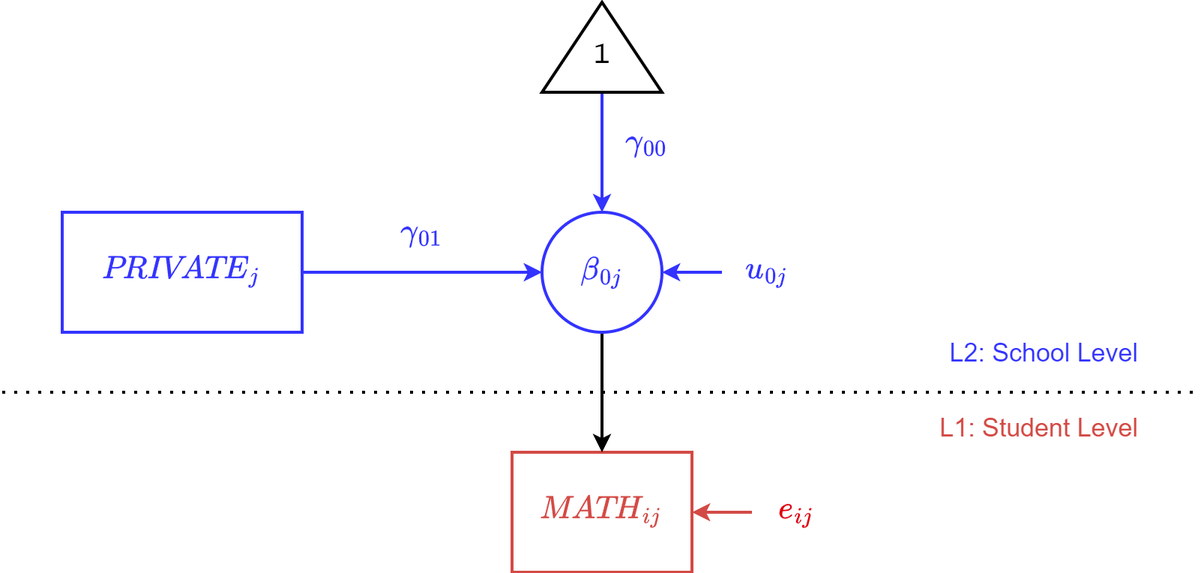
Earlier version of the draw.io export diagrams/fixed_slopes_l2_full.png (jmgirard/psyc894). Source tidied: cells renumbered, new cells last; positions are measured from the earlier drawing's top-left corner, leaving out a move shared by most shapes. Its diagram source:
```xml
<mxGraphModel math="1">
  <root>
    <mxCell id="0" />
    <mxCell id="1" parent="0" />
    <mxCell id="2" value="$$\textit{MATH}_{ij}$$" style="rounded=0;whiteSpace=wrap;html=1;fontSize=18;strokeWidth=2;fontFamily=Lucida Console;fontColor=#D34A45;strokeColor=#D34A45;" parent="1" vertex="1">
      <mxGeometry x="340" y="300" width="120" height="80" as="geometry" />
    </mxCell>
    <mxCell id="3" style="endArrow=classic;html=1;rounded=0;entryX=1;entryY=0.5;entryDx=0;entryDy=0;strokeWidth=2;strokeColor=#D34A45;exitX=0;exitY=0.5;exitDx=0;exitDy=0;" parent="1" edge="1" source="4" target="2">
      <mxGeometry relative="1" as="geometry" />
    </mxCell>
    <mxCell id="4" value="&lt;font color=&quot;#df000f&quot;&gt;&lt;span style=&quot;background-color: rgb(255, 255, 255);&quot;&gt;$$e_{ij}$$&lt;/span&gt;&lt;/font&gt;" style="text;html=1;align=center;verticalAlign=middle;whiteSpace=wrap;rounded=0;fontSize=18;fontColor=#D34A45;fontFamily=Lucida Console;" parent="1" vertex="1">
      <mxGeometry x="500" y="325" width="60" height="30" as="geometry" />
    </mxCell>
    <mxCell id="5" style="edgeStyle=orthogonalEdgeStyle;rounded=0;jettySize=auto;html=1;exitX=0.5;exitY=1;exitDx=0;exitDy=0;entryX=0.5;entryY=0;entryDx=0;entryDy=0;strokeWidth=2;strokeColor=#000000;" parent="1" edge="1" source="6" target="2">
      <mxGeometry relative="1" as="geometry" />
    </mxCell>
    <mxCell id="6" value="$$\beta_{0j}$$" style="ellipse;whiteSpace=wrap;html=1;strokeWidth=2;fontSize=18;fontFamily=Lucida Console;fontColor=#3333FF;strokeColor=#3333FF;" parent="1" vertex="1">
      <mxGeometry x="360" y="140" width="80" height="80" as="geometry" />
    </mxCell>
    <mxCell id="7" style="endArrow=classic;html=1;rounded=0;entryX=1;entryY=0.5;entryDx=0;entryDy=0;strokeWidth=2;strokeColor=#3333FF;exitX=0;exitY=0.5;exitDx=0;exitDy=0;fontColor=#3333FF;" parent="1" edge="1" source="8">
      <mxGeometry relative="1" as="geometry">
        <mxPoint x="440" y="180" as="targetPoint" />
      </mxGeometry>
    </mxCell>
    <mxCell id="8" value="&lt;font&gt;&lt;span style=&quot;background-color: rgb(255, 255, 255);&quot;&gt;$$u_{0j}$$&lt;/span&gt;&lt;/font&gt;" style="text;html=1;align=center;verticalAlign=middle;whiteSpace=wrap;rounded=0;fontSize=18;fontColor=#3333FF;fontFamily=Lucida Console;" parent="1" vertex="1">
      <mxGeometry x="480" y="165" width="60" height="30" as="geometry" />
    </mxCell>
    <mxCell id="9" style="edgeStyle=orthogonalEdgeStyle;rounded=0;jettySize=auto;html=1;exitX=0;exitY=0.5;exitDx=0;exitDy=0;strokeWidth=2;strokeColor=#3333FF;entryX=0.5;entryY=0;entryDx=0;entryDy=0;" parent="1" edge="1" source="12" target="6">
      <mxGeometry relative="1" as="geometry" />
    </mxCell>
    <mxCell id="10" value="&lt;font&gt;&lt;span style=&quot;background-color: rgb(255, 255, 255);&quot;&gt;$$\gamma_{00}$$&lt;/span&gt;&lt;/font&gt;" style="text;html=1;align=center;verticalAlign=middle;whiteSpace=wrap;rounded=0;fontSize=18;fontColor=#3333FF;fontFamily=Lucida Console;" parent="1" vertex="1">
      <mxGeometry x="400" y="80" width="60" height="30" as="geometry" />
    </mxCell>
    <mxCell id="11" style="endArrow=none;dashed=1;html=1;dashPattern=1 3;strokeWidth=2;rounded=0;" parent="1" edge="1">
      <mxGeometry relative="1" as="geometry">
        <mxPoint y="260" as="sourcePoint" />
        <mxPoint x="800" y="260" as="targetPoint" />
      </mxGeometry>
    </mxCell>
    <mxCell id="12" value="&lt;font style=&quot;font-size: 18px;&quot;&gt;1&lt;/font&gt;" style="triangle;whiteSpace=wrap;html=1;strokeWidth=2;direction=north;verticalAlign=middle;spacingTop=12;fontFamily=Lucida Console;" parent="1" vertex="1">
      <mxGeometry x="360" width="80" height="60" as="geometry" />
    </mxCell>
    <mxCell id="13" value="L2: School Level" style="text;html=1;align=right;verticalAlign=middle;whiteSpace=wrap;rounded=0;fontSize=17;fontColor=#3333FF;" parent="1" vertex="1">
      <mxGeometry x="600" y="220" width="160" height="30" as="geometry" />
    </mxCell>
    <mxCell id="14" value="L1: Student Level" style="text;html=1;align=right;verticalAlign=middle;whiteSpace=wrap;rounded=0;fontSize=17;fontColor=#D34A45;" parent="1" vertex="1">
      <mxGeometry x="600" y="270" width="160" height="30" as="geometry" />
    </mxCell>
    <mxCell id="15" style="edgeStyle=orthogonalEdgeStyle;rounded=0;jettySize=auto;html=1;exitX=1;exitY=0.5;exitDx=0;exitDy=0;entryX=0;entryY=0.5;entryDx=0;entryDy=0;strokeWidth=2;fontColor=#3333FF;strokeColor=#3333FF;" parent="1" edge="1" source="16" target="6">
      <mxGeometry relative="1" as="geometry" />
    </mxCell>
    <mxCell id="16" value="$$\textit{PRIVATE}_{j}$$" style="rounded=0;whiteSpace=wrap;html=1;fontSize=18;strokeWidth=2;fontFamily=Lucida Console;fontColor=#3333FF;strokeColor=#3333FF;" parent="1" vertex="1">
      <mxGeometry x="40" y="140" width="160" height="80" as="geometry" />
    </mxCell>
    <mxCell id="17" value="&lt;font&gt;&lt;span style=&quot;background-color: rgb(255, 255, 255);&quot;&gt;$$\gamma_{01}$$&lt;/span&gt;&lt;/font&gt;" style="text;html=1;align=center;verticalAlign=middle;whiteSpace=wrap;rounded=0;fontSize=18;fontColor=#3333FF;fontFamily=Lucida Console;" parent="1" vertex="1">
      <mxGeometry x="250" y="140" width="60" height="30" as="geometry" />
    </mxCell>
  </root>
</mxGraphModel>
```
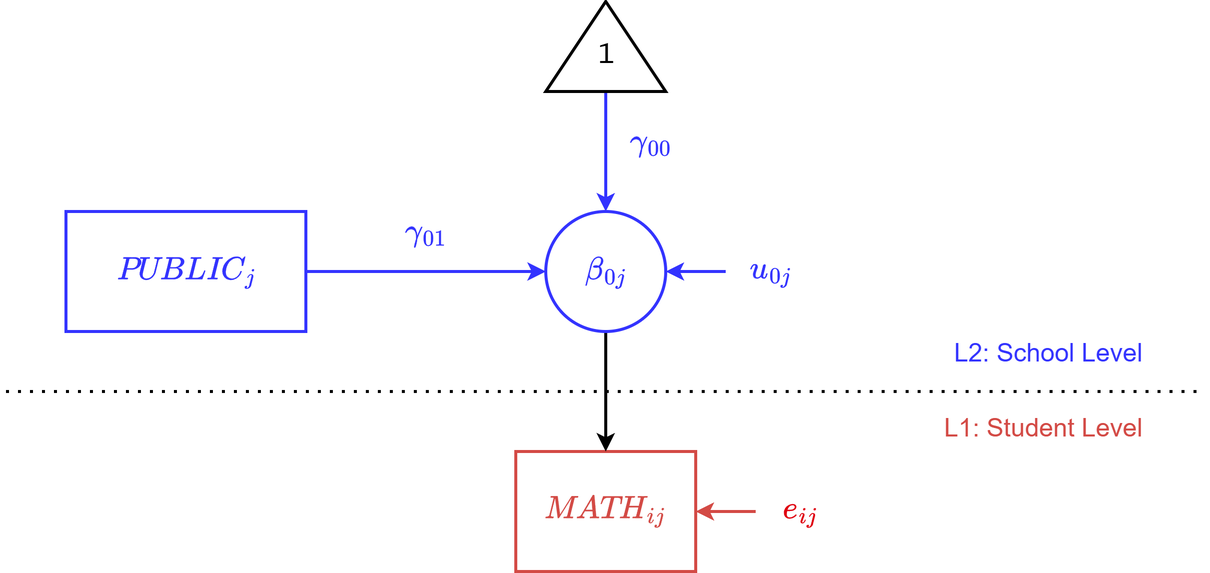
Later version of the same file.

Diff of the diagram source:
```diff
@@ -49,7 +49,7 @@
     <mxCell id="15" style="edgeStyle=orthogonalEdgeStyle;rounded=0;jettySize=auto;html=1;exitX=1;exitY=0.5;exitDx=0;exitDy=0;entryX=0;entryY=0.5;entryDx=0;entryDy=0;strokeWidth=2;fontColor=#3333FF;strokeColor=#3333FF;" parent="1" edge="1" source="16" target="6">
       <mxGeometry relative="1" as="geometry" />
     </mxCell>
-    <mxCell id="16" value="$$\textit{PRIVATE}_{j}$$" style="rounded=0;whiteSpace=wrap;html=1;fontSize=18;strokeWidth=2;fontFamily=Lucida Console;fontColor=#3333FF;strokeColor=#3333FF;" parent="1" vertex="1">
+    <mxCell id="16" value="$$\textit{PUBLIC}_{j}$$" style="rounded=0;whiteSpace=wrap;html=1;fontSize=18;strokeWidth=2;fontFamily=Lucida Console;fontColor=#3333FF;strokeColor=#3333FF;" parent="1" vertex="1">
       <mxGeometry x="40" y="140" width="160" height="80" as="geometry" />
     </mxCell>
     <mxCell id="17" value="&lt;font&gt;&lt;span style=&quot;background-color: rgb(255, 255, 255);&quot;&gt;$$\gamma_{01}$$&lt;/span&gt;&lt;/font&gt;" style="text;html=1;align=center;verticalAlign=middle;whiteSpace=wrap;rounded=0;fontSize=18;fontColor=#3333FF;fontFamily=Lucida Console;" parent="1" vertex="1">
```
